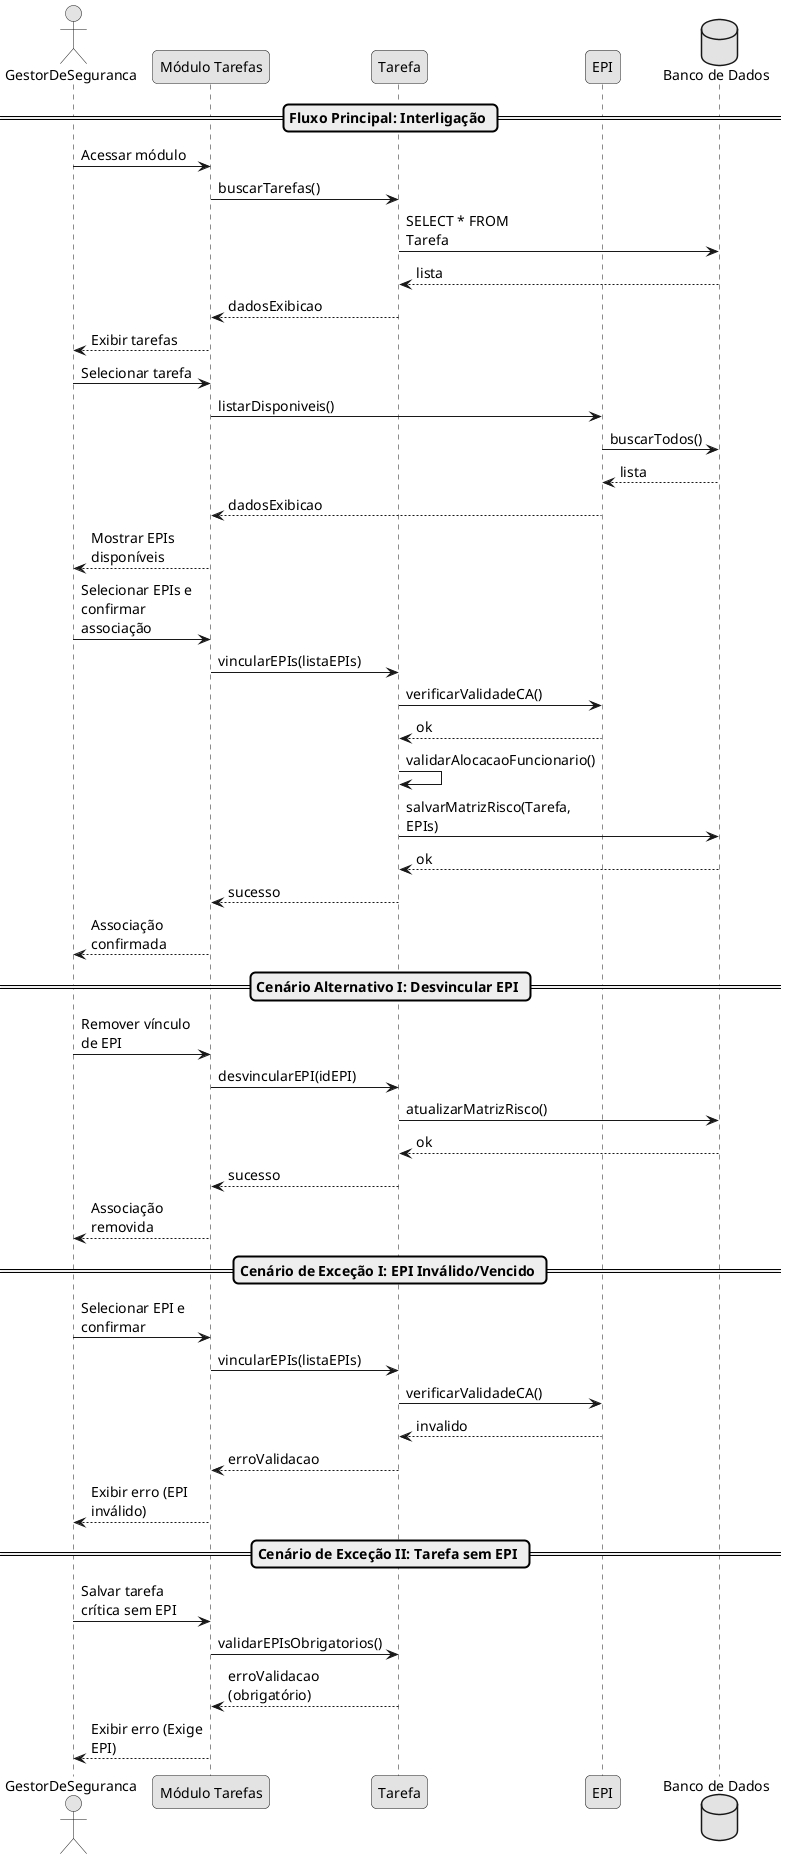
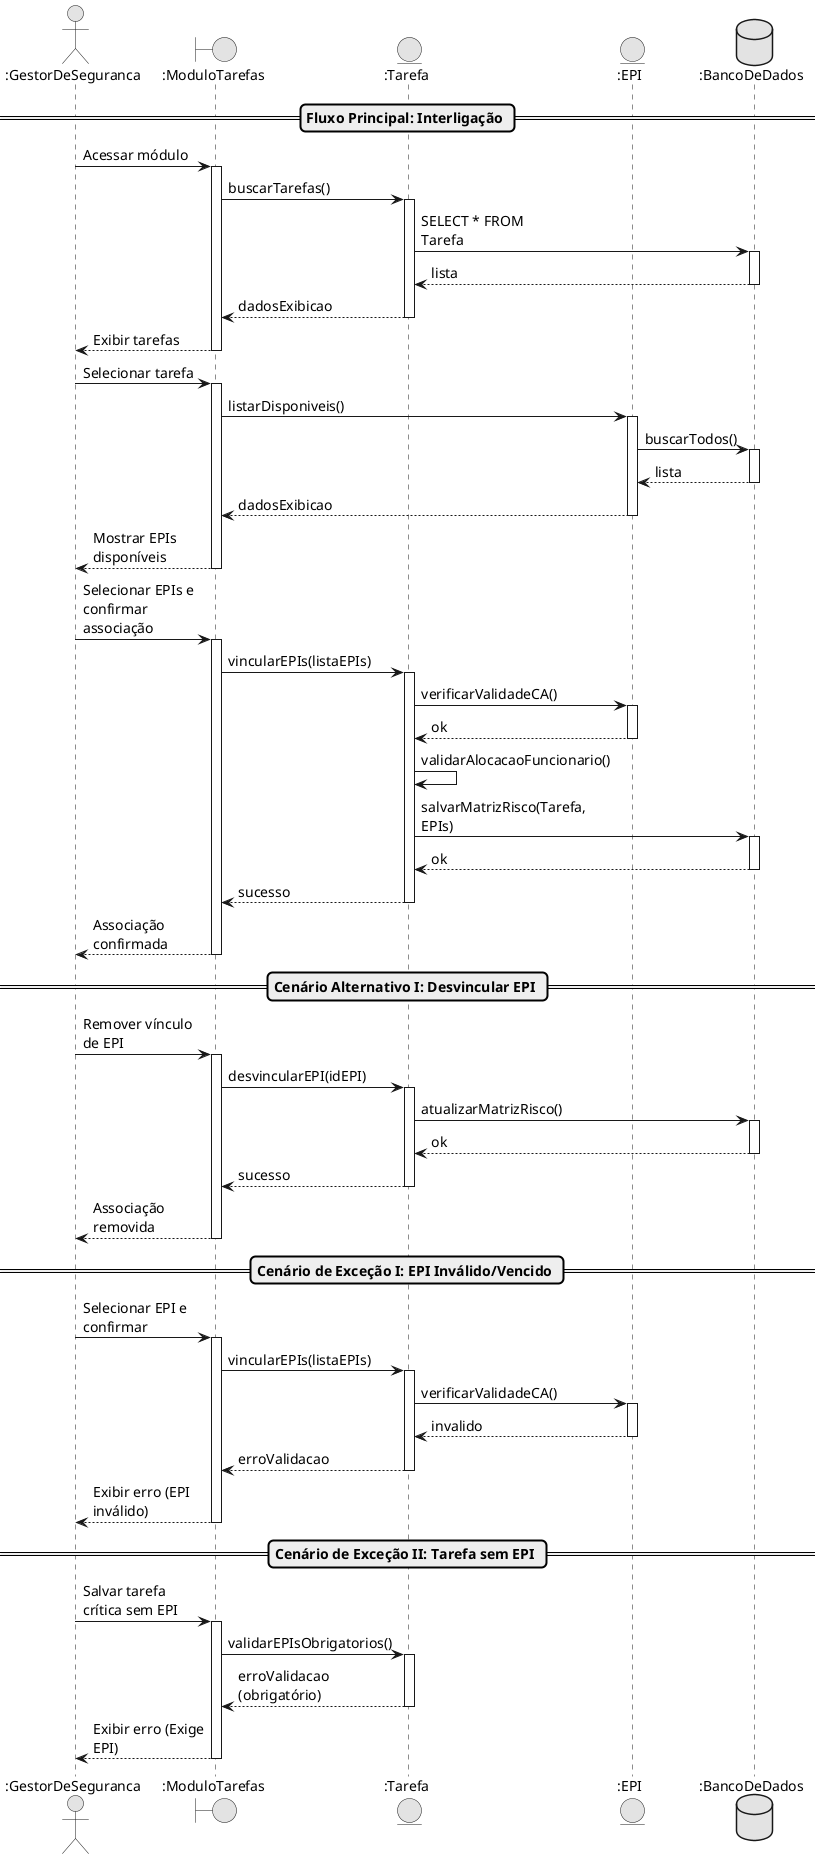
@startuml
skinparam monochrome true
skinparam shadowing false
skinparam defaultFontName Arial
skinparam defaultFontSize 14
skinparam roundcorner 10
skinparam maxmessagesize 120

- actor "GestorDeSeguranca" as Gestor
- participant "Módulo Tarefas" as UI
- participant "Tarefa" as Tarefa
- participant "EPI" as EPI
- database "Banco de Dados" as DB
+ actor ":GestorDeSeguranca" as Gestor
+ boundary ":ModuloTarefas" as UI
+ entity ":Tarefa" as Tarefa
+ entity ":EPI" as EPI
+ database ":BancoDeDados" as DB

== Fluxo Principal: Interligação ==
- Gestor -> UI : Acessar módulo
- UI -> Tarefa : buscarTarefas()
- Tarefa -> DB : SELECT * FROM Tarefa
- DB --> Tarefa : lista
- Tarefa --> UI : dadosExibicao
- UI --> Gestor : Exibir tarefas
+ Gestor -> UI ++ : Acessar módulo
+ UI -> Tarefa ++ : buscarTarefas()
+ Tarefa -> DB ++ : SELECT * FROM Tarefa
+ DB --> Tarefa -- : lista
+ Tarefa --> UI -- : dadosExibicao
+ UI --> Gestor -- : Exibir tarefas

- Gestor -> UI : Selecionar tarefa
- UI -> EPI : listarDisponiveis()
- EPI -> DB : buscarTodos()
- DB --> EPI : lista
- EPI --> UI : dadosExibicao
- UI --> Gestor : Mostrar EPIs disponíveis
+ Gestor -> UI ++ : Selecionar tarefa
+ UI -> EPI ++ : listarDisponiveis()
+ EPI -> DB ++ : buscarTodos()
+ DB --> EPI -- : lista
+ EPI --> UI -- : dadosExibicao
+ UI --> Gestor -- : Mostrar EPIs disponíveis

- Gestor -> UI : Selecionar EPIs e confirmar associação
- UI -> Tarefa : vincularEPIs(listaEPIs)
- Tarefa -> EPI : verificarValidadeCA()
- EPI --> Tarefa : ok
+ Gestor -> UI ++ : Selecionar EPIs e confirmar associação
+ UI -> Tarefa ++ : vincularEPIs(listaEPIs)
+ Tarefa -> EPI ++ : verificarValidadeCA()
+ EPI --> Tarefa -- : ok
Tarefa -> Tarefa : validarAlocacaoFuncionario()
- Tarefa -> DB : salvarMatrizRisco(Tarefa, EPIs)
- DB --> Tarefa : ok
- Tarefa --> UI : sucesso
- UI --> Gestor : Associação confirmada
+ Tarefa -> DB ++ : salvarMatrizRisco(Tarefa, EPIs)
+ DB --> Tarefa -- : ok
+ Tarefa --> UI -- : sucesso
+ UI --> Gestor -- : Associação confirmada

== Cenário Alternativo I: Desvincular EPI ==
- Gestor -> UI : Remover vínculo de EPI
- UI -> Tarefa : desvincularEPI(idEPI)
- Tarefa -> DB : atualizarMatrizRisco()
- DB --> Tarefa : ok
- Tarefa --> UI : sucesso
- UI --> Gestor : Associação removida
+ Gestor -> UI ++ : Remover vínculo de EPI
+ UI -> Tarefa ++ : desvincularEPI(idEPI)
+ Tarefa -> DB ++ : atualizarMatrizRisco()
+ DB --> Tarefa -- : ok
+ Tarefa --> UI -- : sucesso
+ UI --> Gestor -- : Associação removida

== Cenário de Exceção I: EPI Inválido/Vencido ==
- Gestor -> UI : Selecionar EPI e confirmar
- UI -> Tarefa : vincularEPIs(listaEPIs)
- Tarefa -> EPI : verificarValidadeCA()
- EPI --> Tarefa : invalido
- Tarefa --> UI : erroValidacao
- UI --> Gestor : Exibir erro (EPI inválido)
+ Gestor -> UI ++ : Selecionar EPI e confirmar
+ UI -> Tarefa ++ : vincularEPIs(listaEPIs)
+ Tarefa -> EPI ++ : verificarValidadeCA()
+ EPI --> Tarefa -- : invalido
+ Tarefa --> UI -- : erroValidacao
+ UI --> Gestor -- : Exibir erro (EPI inválido)

== Cenário de Exceção II: Tarefa sem EPI ==
- Gestor -> UI : Salvar tarefa crítica sem EPI
- UI -> Tarefa : validarEPIsObrigatorios()
- Tarefa --> UI : erroValidacao (obrigatório)
- UI --> Gestor : Exibir erro (Exige EPI)
+ Gestor -> UI ++ : Salvar tarefa crítica sem EPI
+ UI -> Tarefa ++ : validarEPIsObrigatorios()
+ Tarefa --> UI -- : erroValidacao (obrigatório)
+ UI --> Gestor -- : Exibir erro (Exige EPI)
@enduml
